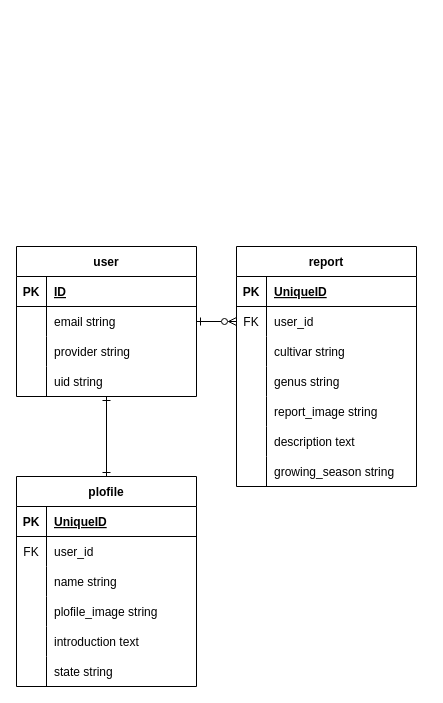
kucyaman/Loguma_with_Succulents_ver1 keeps this draw.io diagram as ER.dio. Above is the earlier version. Source tidied: cells renumbered, new cells numbered last; positions are measured from the earlier drawing's top-left corner, leaving out a move shared by most shapes. Both pictures are drawn from the tidied source at 100%, with x=0, y=0 at pixel (16, 246).
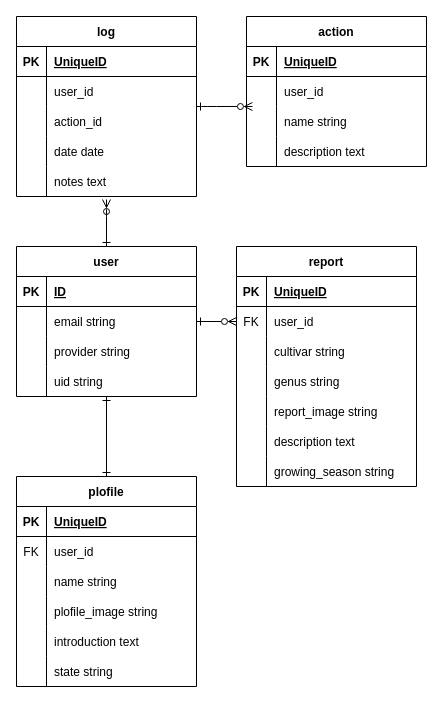
After the change.

Commit message (it also covers changes not shown here):
:wrench:update READMEとER図を更新しました

The change refers to these unchanged cells:
```xml
<mxCell id="3" value="user" style="shape=table;startSize=30;childLayout=tableLayout;rowLines=0;fontStyle=1;align=center;" parent="1" vertex="1">
  <mxGeometry width="180" height="150" as="geometry" />
</mxCell>
```

Change to the diagram source:
```diff
@@
+    <mxCell id="58" style="edgeStyle=none;html=1;exitX=0.5;exitY=0;exitDx=0;exitDy=0;entryX=0.5;entryY=1.1;entryDx=0;entryDy=0;entryPerimeter=0;startArrow=ERone;startFill=0;endArrow=ERzeroToMany;endFill=0;" parent="1" edge="1" source="3" target="73">
+      <mxGeometry relative="1" as="geometry">
+        <Array as="points">
+          <mxPoint x="90" y="-40" />
+        </Array>
+      </mxGeometry>
+    </mxCell>
@@
+    <mxCell id="59" style="edgeStyle=none;html=1;entryX=0.033;entryY=0;entryDx=0;entryDy=0;entryPerimeter=0;endArrow=ERzeroToMany;endFill=0;startArrow=ERone;startFill=0;" parent="1" edge="1" source="60" target="83">
+      <mxGeometry relative="1" as="geometry">
+        <Array as="points">
+          <mxPoint x="190" y="-140" />
+        </Array>
+      </mxGeometry>
+    </mxCell>
+    <mxCell id="60" value="log" style="shape=table;startSize=30;childLayout=tableLayout;rowLines=0;fontStyle=1;align=center;" parent="1" vertex="1">
+      <mxGeometry y="-230" width="180" height="180" as="geometry" />
+    </mxCell>
+    <mxCell id="61" style="shape=tableRow;horizontal=0;startSize=0;swimlaneHead=0;swimlaneBody=0;fillColor=none;top=0;left=0;right=0;bottom=1;" parent="60" vertex="1">
+      <mxGeometry y="30" width="180" height="30" as="geometry" />
+    </mxCell>
+    <mxCell id="62" value="PK" style="shape=partialRectangle;fillColor=none;top=0;left=0;bottom=0;right=0;fontStyle=1;overflow=hidden;" parent="61" vertex="1">
+      <mxGeometry width="30" height="30" as="geometry" />
+    </mxCell>
+    <mxCell id="63" value="UniqueID" style="shape=partialRectangle;fillColor=none;top=0;left=0;bottom=0;right=0;align=left;spacingLeft=6;fontStyle=5;overflow=hidden;" parent="61" vertex="1">
+      <mxGeometry x="30" width="150" height="30" as="geometry" />
+    </mxCell>
+    <mxCell id="64" style="shape=tableRow;horizontal=0;startSize=0;swimlaneHead=0;swimlaneBody=0;fillColor=none;top=0;left=0;right=0;bottom=0;" parent="60" vertex="1">
+      <mxGeometry y="60" width="180" height="30" as="geometry" />
+    </mxCell>
+    <mxCell id="65" style="shape=partialRectangle;fillColor=none;top=0;left=0;bottom=0;right=0;overflow=hidden;" parent="64" vertex="1">
+      <mxGeometry width="30" height="30" as="geometry" />
+    </mxCell>
+    <mxCell id="66" value="user_id" style="shape=partialRectangle;fillColor=none;top=0;left=0;bottom=0;right=0;align=left;spacingLeft=6;overflow=hidden;" parent="64" vertex="1">
+      <mxGeometry x="30" width="150" height="30" as="geometry" />
+    </mxCell>
+    <mxCell id="67" style="shape=tableRow;horizontal=0;startSize=0;swimlaneHead=0;swimlaneBody=0;fillColor=none;top=0;left=0;right=0;bottom=0;" parent="60" vertex="1">
+      <mxGeometry y="90" width="180" height="30" as="geometry" />
+    </mxCell>
+    <mxCell id="68" style="shape=partialRectangle;fillColor=none;top=0;left=0;bottom=0;right=0;overflow=hidden;" parent="67" vertex="1">
+      <mxGeometry width="30" height="30" as="geometry" />
+    </mxCell>
+    <mxCell id="69" value="action_id" style="shape=partialRectangle;fillColor=none;top=0;left=0;bottom=0;right=0;align=left;spacingLeft=6;overflow=hidden;" parent="67" vertex="1">
+      <mxGeometry x="30" width="150" height="30" as="geometry" />
+    </mxCell>
+    <mxCell id="70" style="shape=tableRow;horizontal=0;startSize=0;swimlaneHead=0;swimlaneBody=0;fillColor=none;top=0;left=0;right=0;bottom=0;" parent="60" vertex="1">
+      <mxGeometry y="120" width="180" height="30" as="geometry" />
+    </mxCell>
+    <mxCell id="71" style="shape=partialRectangle;fillColor=none;top=0;left=0;bottom=0;right=0;overflow=hidden;" parent="70" vertex="1">
+      <mxGeometry width="30" height="30" as="geometry" />
+    </mxCell>
+    <mxCell id="72" value="date date" style="shape=partialRectangle;fillColor=none;top=0;left=0;bottom=0;right=0;align=left;spacingLeft=6;overflow=hidden;" parent="70" vertex="1">
+      <mxGeometry x="30" width="150" height="30" as="geometry" />
+    </mxCell>
+    <mxCell id="73" style="shape=tableRow;horizontal=0;startSize=0;swimlaneHead=0;swimlaneBody=0;fillColor=none;points=[[0,0.5],[1,0.5]];portConstraint=eastwest;top=0;left=0;right=0;bottom=0;" parent="60" vertex="1">
+      <mxGeometry y="150" width="180" height="30" as="geometry" />
+    </mxCell>
+    <mxCell id="74" style="shape=partialRectangle;fillColor=none;top=0;left=0;bottom=0;right=0;overflow=hidden;" parent="73" vertex="1">
+      <mxGeometry width="30" height="30" as="geometry" />
+    </mxCell>
+    <mxCell id="75" value="notes text" style="shape=partialRectangle;fillColor=none;top=0;left=0;bottom=0;right=0;align=left;spacingLeft=6;overflow=hidden;" parent="73" vertex="1">
+      <mxGeometry x="30" width="150" height="30" as="geometry" />
+    </mxCell>
+    <mxCell id="76" value="action" style="shape=table;startSize=30;childLayout=tableLayout;rowLines=0;fontStyle=1;align=center;" parent="1" vertex="1">
+      <mxGeometry x="230" y="-230" width="180" height="150" as="geometry" />
+    </mxCell>
+    <mxCell id="77" style="shape=tableRow;horizontal=0;startSize=0;swimlaneHead=0;swimlaneBody=0;fillColor=none;top=0;left=0;right=0;bottom=1;" parent="76" vertex="1">
+      <mxGeometry y="30" width="180" height="30" as="geometry" />
+    </mxCell>
+    <mxCell id="78" value="PK" style="shape=partialRectangle;fillColor=none;top=0;left=0;bottom=0;right=0;fontStyle=1;overflow=hidden;" parent="77" vertex="1">
+      <mxGeometry width="30" height="30" as="geometry" />
+    </mxCell>
+    <mxCell id="79" value="UniqueID" style="shape=partialRectangle;fillColor=none;top=0;left=0;bottom=0;right=0;align=left;spacingLeft=6;fontStyle=5;overflow=hidden;" parent="77" vertex="1">
+      <mxGeometry x="30" width="150" height="30" as="geometry" />
+    </mxCell>
+    <mxCell id="80" style="shape=tableRow;horizontal=0;startSize=0;swimlaneHead=0;swimlaneBody=0;fillColor=none;top=0;left=0;right=0;bottom=0;" parent="76" vertex="1">
+      <mxGeometry y="60" width="180" height="30" as="geometry" />
+    </mxCell>
+    <mxCell id="81" style="shape=partialRectangle;fillColor=none;top=0;left=0;bottom=0;right=0;overflow=hidden;" parent="80" vertex="1">
+      <mxGeometry width="30" height="30" as="geometry" />
+    </mxCell>
+    <mxCell id="82" value="user_id" style="shape=partialRectangle;fillColor=none;top=0;left=0;bottom=0;right=0;align=left;spacingLeft=6;overflow=hidden;" parent="80" vertex="1">
+      <mxGeometry x="30" width="150" height="30" as="geometry" />
+    </mxCell>
+    <mxCell id="83" style="shape=tableRow;horizontal=0;startSize=0;swimlaneHead=0;swimlaneBody=0;fillColor=none;points=[[0,0.5],[1,0.5]];portConstraint=eastwest;top=0;left=0;right=0;bottom=0;" parent="76" vertex="1">
+      <mxGeometry y="90" width="180" height="30" as="geometry" />
+    </mxCell>
+    <mxCell id="84" style="shape=partialRectangle;fillColor=none;top=0;left=0;bottom=0;right=0;overflow=hidden;" parent="83" vertex="1">
+      <mxGeometry width="30" height="30" as="geometry" />
+    </mxCell>
+    <mxCell id="85" value="name string" style="shape=partialRectangle;fillColor=none;top=0;left=0;bottom=0;right=0;align=left;spacingLeft=6;overflow=hidden;" parent="83" vertex="1">
+      <mxGeometry x="30" width="150" height="30" as="geometry" />
+    </mxCell>
+    <mxCell id="86" style="shape=tableRow;horizontal=0;startSize=0;swimlaneHead=0;swimlaneBody=0;fillColor=none;top=0;left=0;right=0;bottom=0;" parent="76" vertex="1">
+      <mxGeometry y="120" width="180" height="30" as="geometry" />
+    </mxCell>
+    <mxCell id="87" style="shape=partialRectangle;fillColor=none;top=0;left=0;bottom=0;right=0;overflow=hidden;" parent="86" vertex="1">
+      <mxGeometry width="30" height="30" as="geometry" />
+    </mxCell>
+    <mxCell id="88" value="description text" style="shape=partialRectangle;fillColor=none;top=0;left=0;bottom=0;right=0;align=left;spacingLeft=6;overflow=hidden;" parent="86" vertex="1">
+      <mxGeometry x="30" width="150" height="30" as="geometry" />
+    </mxCell>
```
